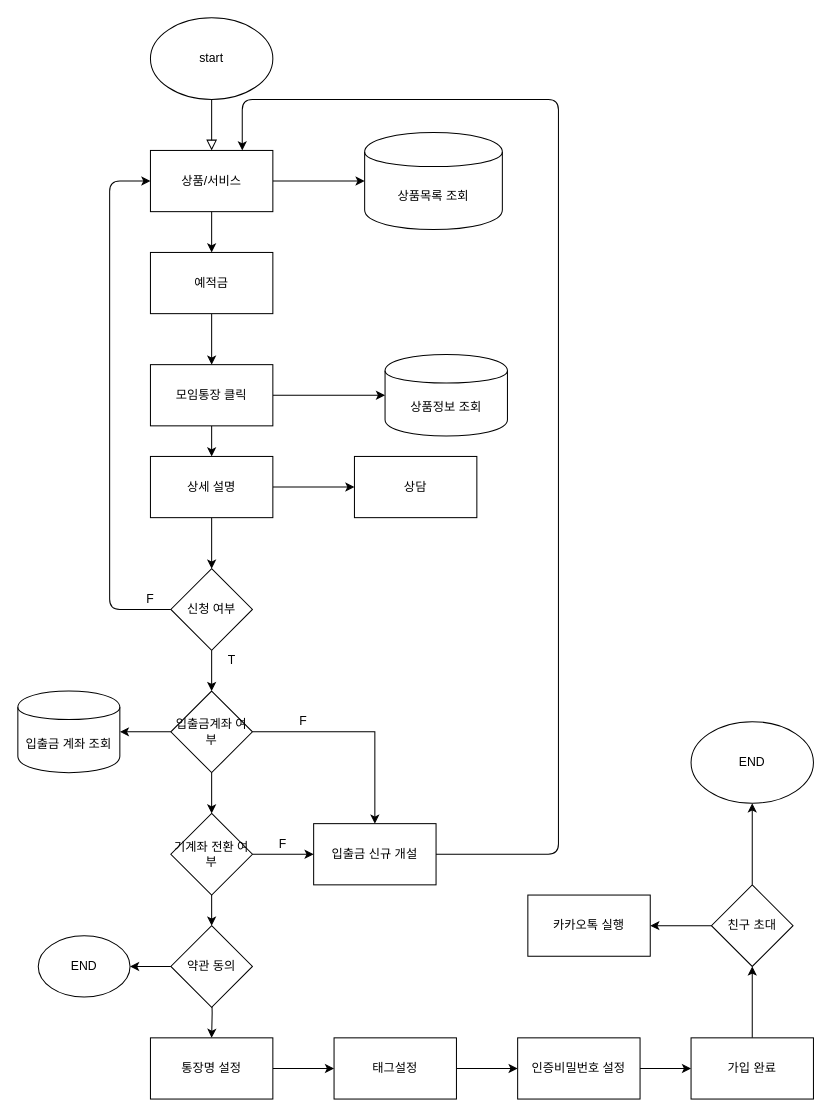
Above: Untitled Diagram.drawio in h22j2n/BeakJoon (draw.io), before the change. Source tidied: cells renumbered, new cells numbered last; positions are measured from the earlier drawing's top-left corner, leaving out a move shared by most shapes. Both pictures are drawn from the tidied source at 102%, with x=0, y=0 at pixel (17, 17).
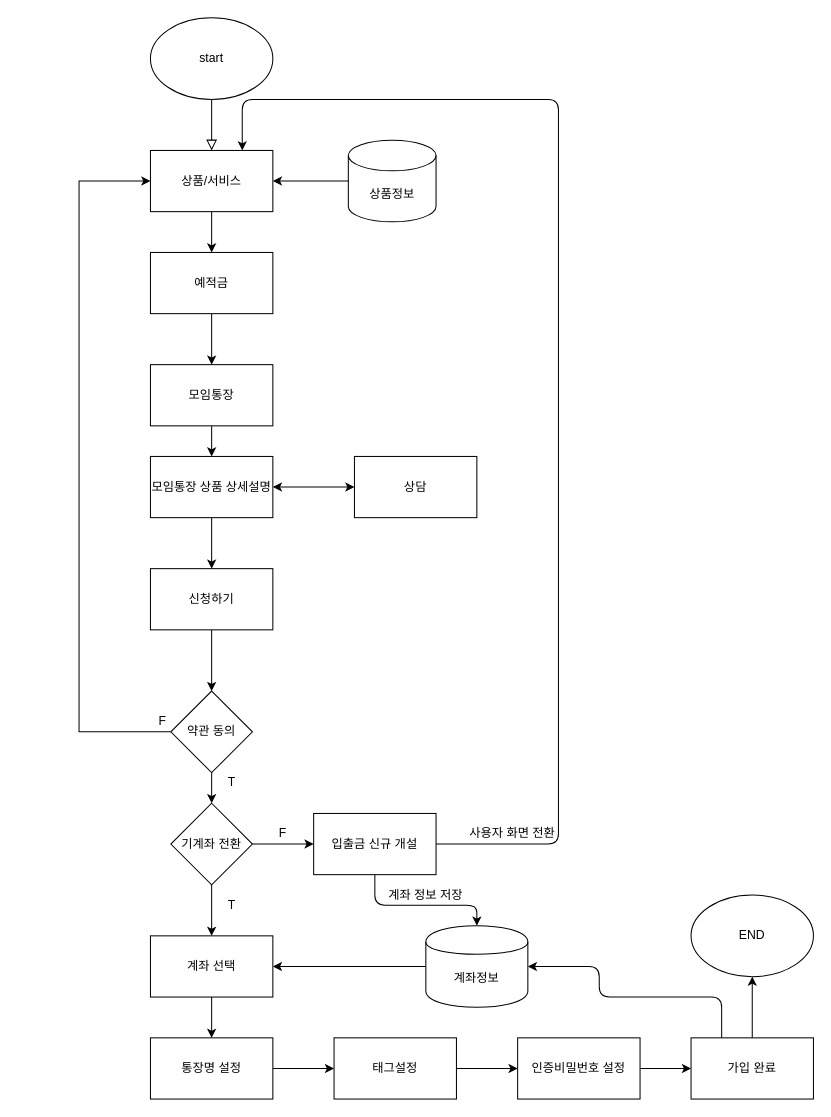
Above is the later version.

Unchanged cells that the change refers to:
```xml
<mxCell id="4" value="상품/서비스" style="rounded=0;whiteSpace=wrap;html=1;" parent="1" vertex="1">
  <mxGeometry x="130" y="130" width="120" height="60" as="geometry" />
</mxCell>
<mxCell id="16" value="통장명 설정" style="rounded=0;whiteSpace=wrap;html=1;" parent="1" vertex="1">
  <mxGeometry x="130" y="1000" width="120" height="60" as="geometry" />
</mxCell>
<mxCell id="22" value="가입 완료" style="rounded=0;whiteSpace=wrap;html=1;" parent="1" vertex="1">
  <mxGeometry x="660" y="1000" width="120" height="60" as="geometry" />
</mxCell>
<mxCell id="30" value="상담" style="whiteSpace=wrap;html=1;rounded=0;" parent="1" vertex="1">
  <mxGeometry x="330" y="430" width="120" height="60" as="geometry" />
</mxCell>
```

Change to the diagram source:
```diff
@@
-    <mxCell id="3" style="edgeStyle=orthogonalEdgeStyle;rounded=0;jettySize=auto;html=1;" parent="1" edge="1" source="4" target="24">
-      <mxGeometry relative="1" as="geometry" />
-    </mxCell>
@@
-    <mxCell id="9" style="edgeStyle=orthogonalEdgeStyle;rounded=0;jettySize=auto;html=1;" parent="1" edge="1" source="10" target="25">
-      <mxGeometry relative="1" as="geometry" />
-    </mxCell>
-    <mxCell id="10" value="모임통장 클릭" style="rounded=0;whiteSpace=wrap;html=1;" parent="1" vertex="1">
+    <mxCell id="10" value="모임통장" style="rounded=0;whiteSpace=wrap;html=1;" parent="1" vertex="1">
       <mxGeometry x="130" y="340" width="120" height="60" as="geometry" />
     </mxCell>
@@
-    <mxCell id="12" style="edgeStyle=orthogonalEdgeStyle;rounded=0;jettySize=auto;html=1;" parent="1" edge="1" source="13" target="30">
-      <mxGeometry relative="1" as="geometry" />
-    </mxCell>
-    <mxCell id="13" value="상세 설명" style="rounded=0;whiteSpace=wrap;html=1;" parent="1" vertex="1">
+    <mxCell id="13" value="모임통장 상품 상세설명" style="rounded=0;whiteSpace=wrap;html=1;" parent="1" vertex="1">
       <mxGeometry x="130" y="430" width="120" height="60" as="geometry" />
     </mxCell>
-    <mxCell id="14" style="edgeStyle=orthogonalEdgeStyle;rounded=0;jettySize=auto;html=1;entryX=0.5;entryY=0;entryDx=0;entryDy=0;" parent="1" edge="1" target="16">
+    <mxCell id="14" style="edgeStyle=orthogonalEdgeStyle;rounded=0;orthogonalLoop=1;jettySize=auto;html=1;entryX=0.5;entryY=0;entryDx=0;entryDy=0;" parent="1" edge="1">
       <mxGeometry relative="1" as="geometry">
-        <mxPoint x="190" y="950" as="sourcePoint" />
+        <mxPoint x="190" y="720" as="sourcePoint" />
+        <mxPoint x="190" y="770" as="targetPoint" />
       </mxGeometry>
     </mxCell>
@@
-    <mxCell id="21" style="edgeStyle=orthogonalEdgeStyle;rounded=0;jettySize=auto;html=1;" parent="1" edge="1" source="22" target="47">
-      <mxGeometry relative="1" as="geometry" />
-    </mxCell>
@@
-    <mxCell id="24" value="상품목록 조회" style="shape=cylinder;whiteSpace=wrap;html=1;boundedLbl=1;backgroundOutline=1;rounded=0;rotation=0;" parent="1" vertex="1">
-      <mxGeometry x="340" y="112.5" width="135" height="95" as="geometry" />
-    </mxCell>
-    <mxCell id="25" value="상품정보 조회" style="shape=cylinder;whiteSpace=wrap;html=1;boundedLbl=1;backgroundOutline=1;rounded=0;" parent="1" vertex="1">
-      <mxGeometry x="360" y="330" width="120" height="80" as="geometry" />
-    </mxCell>
-    <mxCell id="26" style="edgeStyle=orthogonalEdgeStyle;rounded=0;jettySize=auto;html=1;entryX=0.5;entryY=0;entryDx=0;entryDy=0;" parent="1" edge="1" source="27">
+    <mxCell id="26" style="edgeStyle=orthogonalEdgeStyle;rounded=0;jettySize=auto;html=1;entryX=0.5;entryY=0;entryDx=0;entryDy=0;exitX=0.5;exitY=1;exitDx=0;exitDy=0;" parent="1" edge="1" source="62">
       <mxGeometry relative="1" as="geometry">
         <mxPoint x="190" y="660" as="targetPoint" />
       </mxGeometry>
     </mxCell>
-    <mxCell id="27" value="신청 여부" style="rhombus;whiteSpace=wrap;html=1;" parent="1" vertex="1">
-      <mxGeometry x="150" y="540" width="80" height="80" as="geometry" />
-    </mxCell>
-    <mxCell id="28" style="endArrow=classic;html=1;exitX=0;exitY=0.5;exitDx=0;exitDy=0;entryX=0;entryY=0.5;entryDx=0;entryDy=0;" parent="1" edge="1" source="27" target="4">
-      <mxGeometry relative="1" as="geometry">
-        <Array as="points">
-          <mxPoint x="90" y="580" />
-          <mxPoint x="90" y="160" />
-        </Array>
-      </mxGeometry>
-    </mxCell>
-    <mxCell id="29" value="F" style="text;html=1;strokeColor=none;fillColor=none;align=center;verticalAlign=middle;whiteSpace=wrap;rounded=0;" parent="1" vertex="1">
-      <mxGeometry x="110" y="560" width="40" height="20" as="geometry" />
-    </mxCell>
@@
-    <mxCell id="31" value="T" style="text;html=1;strokeColor=none;fillColor=none;align=center;verticalAlign=middle;whiteSpace=wrap;rounded=0;" parent="1" vertex="1">
-      <mxGeometry x="190" y="620" width="40" height="20" as="geometry" />
-    </mxCell>
-    <mxCell id="32" style="edgeStyle=orthogonalEdgeStyle;rounded=0;jettySize=auto;html=1;" parent="1" edge="1" source="35">
-      <mxGeometry relative="1" as="geometry">
-        <mxPoint x="190" y="780" as="targetPoint" />
-      </mxGeometry>
-    </mxCell>
-    <mxCell id="33" style="edgeStyle=orthogonalEdgeStyle;rounded=0;jettySize=auto;html=1;entryX=0.5;entryY=0;entryDx=0;entryDy=0;" parent="1" edge="1" source="35" target="36">
-      <mxGeometry relative="1" as="geometry" />
-    </mxCell>
-    <mxCell id="34" style="edgeStyle=orthogonalEdgeStyle;rounded=0;jettySize=auto;html=1;" parent="1" edge="1" source="35" target="50">
-      <mxGeometry relative="1" as="geometry" />
-    </mxCell>
-    <mxCell id="35" value="입출금계좌 여부" style="rhombus;whiteSpace=wrap;html=1;" parent="1" vertex="1">
-      <mxGeometry x="150" y="660" width="80" height="80" as="geometry" />
-    </mxCell>
     <mxCell id="36" value="입출금 신규 개설" style="whiteSpace=wrap;html=1;" parent="1" vertex="1">
-      <mxGeometry x="290" y="790" width="120" height="60" as="geometry" />
+      <mxGeometry x="290" y="780" width="120" height="60" as="geometry" />
     </mxCell>
-    <mxCell id="37" value="F" style="text;html=1;strokeColor=none;fillColor=none;align=center;verticalAlign=middle;whiteSpace=wrap;rounded=0;" parent="1" vertex="1">
-      <mxGeometry x="260" y="680" width="40" height="20" as="geometry" />
-    </mxCell>
     <mxCell id="38" style="edgeStyle=orthogonalEdgeStyle;rounded=0;jettySize=auto;html=1;" parent="1" edge="1" source="40">
       <mxGeometry relative="1" as="geometry">
-        <mxPoint x="290" y="820" as="targetPoint" />
+        <mxPoint x="290" y="810" as="targetPoint" />
       </mxGeometry>
     </mxCell>
-    <mxCell id="39" style="edgeStyle=orthogonalEdgeStyle;rounded=0;jettySize=auto;html=1;" parent="1" edge="1" source="40">
-      <mxGeometry relative="1" as="geometry">
-        <mxPoint x="190" y="890" as="targetPoint" />
-      </mxGeometry>
-    </mxCell>
-    <mxCell id="40" value="기계좌 전환 여부" style="rhombus;whiteSpace=wrap;html=1;" parent="1" vertex="1">
-      <mxGeometry x="150" y="780" width="80" height="80" as="geometry" />
+    <mxCell id="40" value="기계좌 전환" style="rhombus;whiteSpace=wrap;html=1;" parent="1" vertex="1">
+      <mxGeometry x="150" y="770" width="80" height="80" as="geometry" />
     </mxCell>
     <mxCell id="41" value="F" style="text;html=1;strokeColor=none;fillColor=none;align=center;verticalAlign=middle;whiteSpace=wrap;rounded=0;" parent="1" vertex="1">
-      <mxGeometry x="240" y="800" width="40" height="20" as="geometry" />
+      <mxGeometry x="240" y="790" width="40" height="20" as="geometry" />
     </mxCell>
     <mxCell id="42" style="endArrow=classic;html=1;exitX=1;exitY=0.5;exitDx=0;exitDy=0;entryX=0.75;entryY=0;entryDx=0;entryDy=0;" parent="1" edge="1" source="36" target="4">
       <mxGeometry relative="1" as="geometry">
         <Array as="points">
-          <mxPoint x="530" y="820" />
+          <mxPoint x="530" y="810" />
           <mxPoint x="530" y="80" />
           <mxPoint x="220" y="80" />
         </Array>
       </mxGeometry>
     </mxCell>
-    <mxCell id="43" style="edgeStyle=orthogonalEdgeStyle;rounded=0;jettySize=auto;html=1;" parent="1" edge="1" source="44" target="51">
-      <mxGeometry relative="1" as="geometry" />
+    <mxCell id="43" style="edgeStyle=orthogonalEdgeStyle;rounded=0;jettySize=auto;html=1;entryX=0;entryY=0.5;entryDx=0;entryDy=0;" parent="1" edge="1" source="44" target="4">
+      <mxGeometry relative="1" as="geometry">
+        <Array as="points">
+          <mxPoint x="60" y="700" />
+          <mxPoint x="60" y="160" />
+        </Array>
+      </mxGeometry>
     </mxCell>
     <mxCell id="44" value="약관 동의" style="rhombus;whiteSpace=wrap;html=1;" parent="1" vertex="1">
-      <mxGeometry x="150" y="890" width="80" height="80" as="geometry" />
+      <mxGeometry x="150" y="660" width="80" height="80" as="geometry" />
     </mxCell>
-    <mxCell id="45" style="edgeStyle=orthogonalEdgeStyle;rounded=0;jettySize=auto;html=1;" parent="1" edge="1" source="47" target="48">
+    <mxCell id="45" style="edgeStyle=orthogonalEdgeStyle;rounded=0;jettySize=auto;html=1;exitX=0.5;exitY=0;exitDx=0;exitDy=0;" parent="1" edge="1" source="22" target="48">
       <mxGeometry relative="1" as="geometry" />
     </mxCell>
-    <mxCell id="46" style="edgeStyle=orthogonalEdgeStyle;rounded=0;jettySize=auto;html=1;" parent="1" edge="1" source="47" target="49">
-      <mxGeometry relative="1" as="geometry" />
-    </mxCell>
-    <mxCell id="47" value="친구 초대" style="rhombus;whiteSpace=wrap;html=1;rounded=0;" parent="1" vertex="1">
-      <mxGeometry x="680" y="850" width="80" height="80" as="geometry" />
-    </mxCell>
     <mxCell id="48" value="END" style="ellipse;whiteSpace=wrap;html=1;rounded=0;" parent="1" vertex="1">
-      <mxGeometry x="660" y="690" width="120" height="80" as="geometry" />
+      <mxGeometry x="660" y="860" width="120" height="80" as="geometry" />
     </mxCell>
-    <mxCell id="49" value="카카오톡 실행" style="whiteSpace=wrap;html=1;rounded=0;" parent="1" vertex="1">
-      <mxGeometry x="500" y="860" width="120" height="60" as="geometry" />
-    </mxCell>
-    <mxCell id="50" value="입출금 계좌 조회" style="shape=cylinder;whiteSpace=wrap;html=1;boundedLbl=1;backgroundOutline=1;" parent="1" vertex="1">
-      <mxGeometry y="660" width="100" height="80" as="geometry" />
+    <mxCell id="50" value="계좌정보" style="shape=cylinder;whiteSpace=wrap;html=1;boundedLbl=1;backgroundOutline=1;" parent="1" vertex="1">
+      <mxGeometry x="400" y="890" width="100" height="80" as="geometry" />
     </mxCell>
-    <mxCell id="51" value="END" style="ellipse;whiteSpace=wrap;html=1;" parent="1" vertex="1">
-      <mxGeometry x="20" y="900" width="90" height="60" as="geometry" />
-    </mxCell>
+    <mxCell id="52" value="T" style="text;html=1;strokeColor=none;fillColor=none;align=center;verticalAlign=middle;whiteSpace=wrap;rounded=0;" parent="1" vertex="1">
+      <mxGeometry x="190" y="860" width="40" height="20" as="geometry" />
+    </mxCell>
+    <mxCell id="53" value="T" style="text;html=1;strokeColor=none;fillColor=none;align=center;verticalAlign=middle;whiteSpace=wrap;rounded=0;" parent="1" vertex="1">
+      <mxGeometry x="190" y="740" width="40" height="20" as="geometry" />
+    </mxCell>
+    <mxCell id="54" value="F" style="text;html=1;strokeColor=none;fillColor=none;align=center;verticalAlign=middle;whiteSpace=wrap;rounded=0;" parent="1" vertex="1">
+      <mxGeometry x="122" y="680" width="40" height="20" as="geometry" />
+    </mxCell>
+    <mxCell id="55" style="edgeStyle=orthogonalEdgeStyle;rounded=0;jettySize=auto;html=1;" parent="1" edge="1" source="56" target="4">
+      <mxGeometry relative="1" as="geometry" />
+    </mxCell>
+    <mxCell id="56" value="상품정보" style="shape=cylinder3;whiteSpace=wrap;html=1;boundedLbl=1;backgroundOutline=1;size=15;" parent="1" vertex="1">
+      <mxGeometry x="324" y="120" width="86" height="80" as="geometry" />
+    </mxCell>
+    <mxCell id="57" style="endArrow=classic;html=1;exitX=0.5;exitY=1;exitDx=0;exitDy=0;" parent="1" edge="1" source="40">
+      <mxGeometry relative="1" as="geometry">
+        <mxPoint x="190" y="900" as="targetPoint" />
+      </mxGeometry>
+    </mxCell>
+    <mxCell id="58" style="edgeStyle=orthogonalEdgeStyle;rounded=0;jettySize=auto;html=1;" parent="1" edge="1" source="59" target="16">
+      <mxGeometry relative="1" as="geometry" />
+    </mxCell>
+    <mxCell id="59" value="계좌 선택" style="rounded=0;whiteSpace=wrap;html=1;" parent="1" vertex="1">
+      <mxGeometry x="130" y="900" width="120" height="60" as="geometry" />
+    </mxCell>
+    <mxCell id="60" style="endArrow=classic;html=1;exitX=0;exitY=0.5;exitDx=0;exitDy=0;entryX=1;entryY=0.5;entryDx=0;entryDy=0;" parent="1" edge="1" source="50" target="59">
+      <mxGeometry relative="1" as="geometry" />
+    </mxCell>
+    <mxCell id="61" style="endArrow=classic;html=1;exitX=0.25;exitY=0;exitDx=0;exitDy=0;entryX=1;entryY=0.5;entryDx=0;entryDy=0;" parent="1" edge="1" source="22" target="50">
+      <mxGeometry relative="1" as="geometry">
+        <Array as="points">
+          <mxPoint x="690" y="960" />
+          <mxPoint x="570" y="960" />
+          <mxPoint x="570" y="930" />
+        </Array>
+      </mxGeometry>
+    </mxCell>
+    <mxCell id="62" value="신청하기" style="rounded=0;whiteSpace=wrap;html=1;" parent="1" vertex="1">
+      <mxGeometry x="130" y="540" width="120" height="60" as="geometry" />
+    </mxCell>
+    <mxCell id="63" style="endArrow=classic;html=1;entryX=0.5;entryY=0;entryDx=0;entryDy=0;exitX=0.5;exitY=1;exitDx=0;exitDy=0;" parent="1" edge="1" source="36" target="50">
+      <mxGeometry relative="1" as="geometry">
+        <Array as="points">
+          <mxPoint x="350" y="870" />
+          <mxPoint x="450" y="870" />
+        </Array>
+      </mxGeometry>
+    </mxCell>
+    <mxCell id="64" value="계좌 정보 저장" style="text;html=1;strokeColor=none;fillColor=none;align=center;verticalAlign=middle;whiteSpace=wrap;rounded=0;" parent="1" vertex="1">
+      <mxGeometry x="360" y="850" width="80" height="20" as="geometry" />
+    </mxCell>
+    <mxCell id="65" value="사용자 화면 전환" style="text;html=1;strokeColor=none;fillColor=none;align=center;verticalAlign=middle;whiteSpace=wrap;rounded=0;" parent="1" vertex="1">
+      <mxGeometry x="440" y="790" width="90" height="20" as="geometry" />
+    </mxCell>
+    <mxCell id="66" style="endArrow=classic;startArrow=classic;html=1;exitX=1;exitY=0.5;exitDx=0;exitDy=0;" parent="1" edge="1" source="13">
+      <mxGeometry relative="1" as="geometry">
+        <mxPoint x="330" y="460" as="targetPoint" />
+      </mxGeometry>
+    </mxCell>
```
